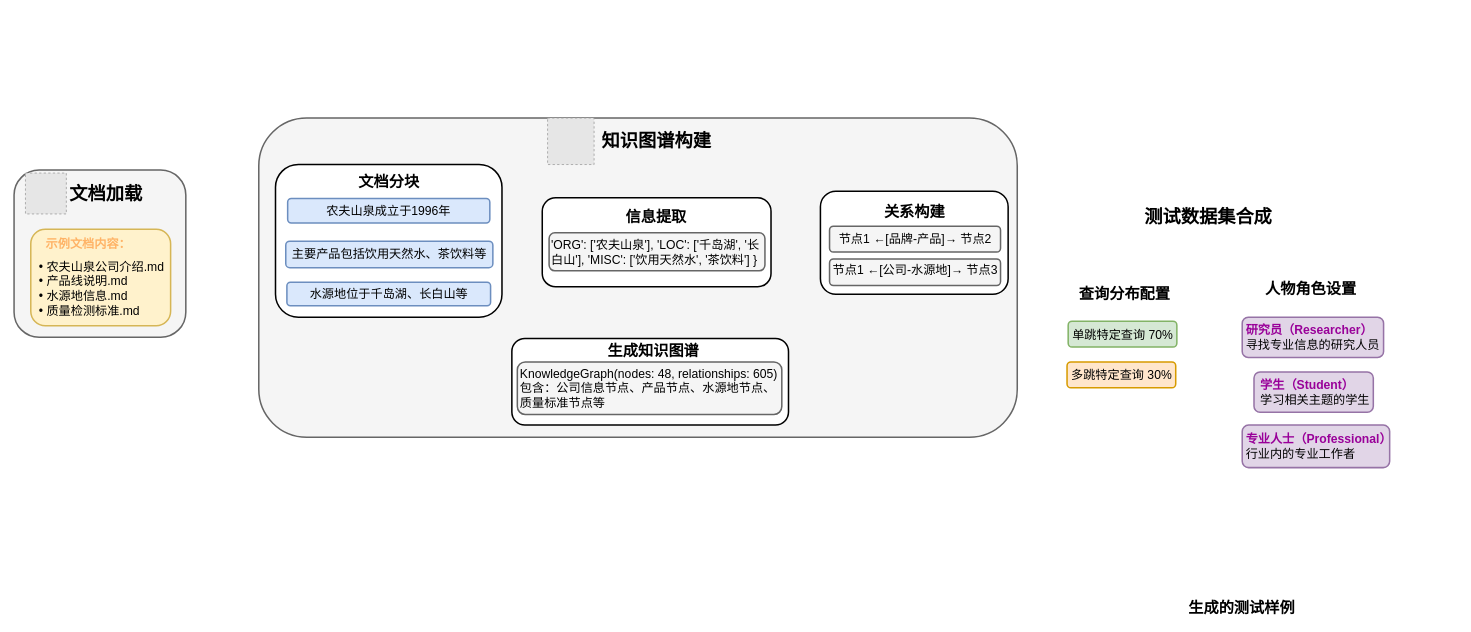
This is diagrams/ragas_testset_synthesis_process.drawio from real-jiakai/draw, a draw.io file, before an edit. Source tidied: cells renumbered, new cells numbered last; positions are measured from the earlier drawing's top-left corner, leaving out a move shared by most shapes. Both pictures are drawn from the tidied source at 76%, with x=0, y=0 at pixel (14, 118). Pictures stored in the file or linked from it are replaced by grey dashed boxes.
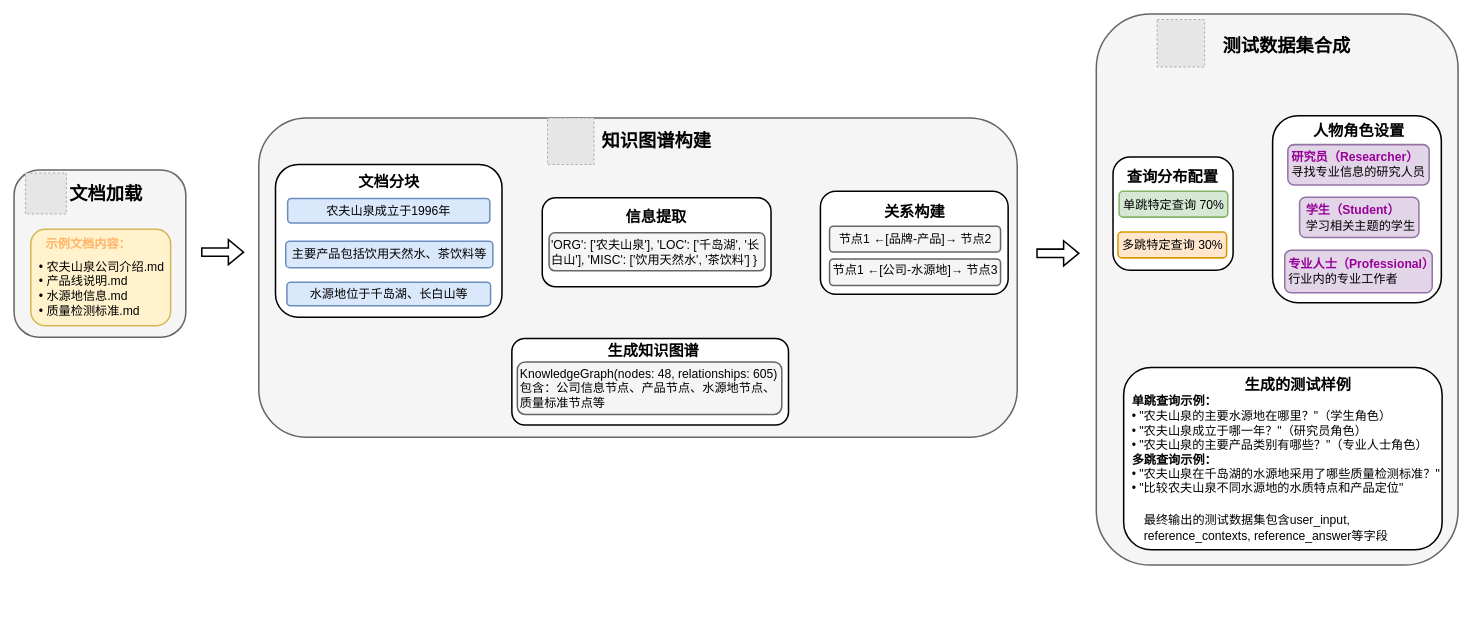
Above is the later version.

The edit, as a diff of the source:
```diff
@@
+    <mxCell id="47" style="rounded=1;whiteSpace=wrap;html=1;fillColor=#f5f5f5;fontColor=#333333;strokeColor=#666666;strokeWidth=2;" parent="1" vertex="1">
+      <mxGeometry x="1424" y="-137" width="476" height="725" as="geometry" />
+    </mxCell>
+    <mxCell id="48" style="rounded=1;whiteSpace=wrap;html=1;strokeWidth=2;" parent="1" vertex="1">
+      <mxGeometry x="1460" y="328" width="419" height="239.8" as="geometry" />
+    </mxCell>
+    <mxCell id="49" style="rounded=1;whiteSpace=wrap;html=1;strokeWidth=2;" parent="1" vertex="1">
+      <mxGeometry x="1656" y="-3.2" width="222" height="246" as="geometry" />
+    </mxCell>
+    <mxCell id="50" style="rounded=1;whiteSpace=wrap;html=1;strokeWidth=2;" parent="1" vertex="1">
+      <mxGeometry x="1446" y="51" width="158" height="149" as="geometry" />
+    </mxCell>
     <mxCell id="2" style="rounded=1;whiteSpace=wrap;html=1;fillColor=#e1d5e7;strokeColor=#9673a6;strokeWidth=2;" parent="1" vertex="1">
-      <mxGeometry x="1616" y="403.8" width="194" height="56" as="geometry" />
+      <mxGeometry x="1672" y="173.8" width="194" height="56" as="geometry" />
     </mxCell>
     <mxCell id="3" style="rounded=1;whiteSpace=wrap;html=1;fillColor=#e1d5e7;strokeColor=#9673a6;strokeWidth=2;" parent="1" vertex="1">
-      <mxGeometry x="1631.5" y="334" width="157" height="53" as="geometry" />
+      <mxGeometry x="1691.5" y="104" width="157" height="53" as="geometry" />
     </mxCell>
     <mxCell id="4" style="rounded=1;whiteSpace=wrap;html=1;fillColor=#e1d5e7;strokeColor=#9673a6;strokeWidth=2;" parent="1" vertex="1">
-      <mxGeometry x="1616" y="261.8" width="186" height="53" as="geometry" />
+      <mxGeometry x="1676" y="34.8" width="186" height="53" as="geometry" />
     </mxCell>
     <mxCell id="5" style="rounded=1;whiteSpace=wrap;html=1;fillColor=#ffe6cc;strokeColor=#d79b00;strokeWidth=2;" parent="1" vertex="1">
-      <mxGeometry x="1385.5" y="320.8" width="143" height="34" as="geometry" />
+      <mxGeometry x="1452.5" y="149.8" width="143" height="34" as="geometry" />
     </mxCell>
     <mxCell id="6" style="rounded=1;whiteSpace=wrap;html=1;fillColor=#d5e8d4;strokeColor=#82b366;strokeWidth=2;" parent="1" vertex="1">
-      <mxGeometry x="1387" y="267.2" width="143" height="34" as="geometry" />
+      <mxGeometry x="1454" y="96.2" width="143" height="34" as="geometry" />
     </mxCell>
@@
     <mxCell id="23" value="&lt;b style=&quot;&quot;&gt;&lt;font style=&quot;font-size: 24px;&quot;&gt;测试数据集合成&lt;/font&gt;&lt;/b&gt;" style="text;html=1;align=center;verticalAlign=middle;whiteSpace=wrap;rounded=0;" parent="1" vertex="1">
-      <mxGeometry x="1485.5" y="116.2" width="171" height="30" as="geometry" />
+      <mxGeometry x="1589" y="-109.9" width="171" height="30" as="geometry" />
     </mxCell>
@@
     <mxCell id="39" value="&lt;span style=&quot;font-size: 20px;&quot;&gt;&lt;b&gt;查询分布配置&lt;/b&gt;&lt;/span&gt;" style="text;html=1;align=center;verticalAlign=middle;whiteSpace=wrap;rounded=0;" parent="1" vertex="1">
-      <mxGeometry x="1383" y="216.2" width="157" height="30" as="geometry" />
+      <mxGeometry x="1461.8" y="60.8" width="124.5" height="30" as="geometry" />
     </mxCell>
     <mxCell id="40" value="&lt;span style=&quot;font-size: 20px;&quot;&gt;&lt;b&gt;人物角色设置&lt;/b&gt;&lt;/span&gt;" style="text;html=1;align=center;verticalAlign=middle;whiteSpace=wrap;rounded=0;" parent="1" vertex="1">
-      <mxGeometry x="1628" y="208.8" width="157" height="30" as="geometry" />
+      <mxGeometry x="1690.5" y="0.5" width="157" height="30" as="geometry" />
     </mxCell>
     <mxCell id="41" value="&lt;span style=&quot;font-size: 20px;&quot;&gt;&lt;b&gt;生成的测试样例&lt;/b&gt;&lt;/span&gt;" style="text;html=1;align=center;verticalAlign=middle;whiteSpace=wrap;rounded=0;" parent="1" vertex="1">
-      <mxGeometry x="1537" y="629" width="157" height="30" as="geometry" />
+      <mxGeometry x="1611" y="335" width="157" height="30" as="geometry" />
     </mxCell>
     <mxCell id="42" value="&lt;font style=&quot;font-size: 16px;&quot;&gt;单跳特定查询 70%&lt;/font&gt;" style="text;html=1;align=center;verticalAlign=middle;whiteSpace=wrap;rounded=0;" parent="1" vertex="1">
-      <mxGeometry x="1388.5" y="269.6" width="140" height="30.2" as="geometry" />
+      <mxGeometry x="1455.5" y="98.6" width="140" height="30.2" as="geometry" />
     </mxCell>
     <mxCell id="43" value="&lt;span style=&quot;font-size: 16px;&quot;&gt;多跳特定查询 30%&lt;/span&gt;" style="text;html=1;align=center;verticalAlign=middle;whiteSpace=wrap;rounded=0;" parent="1" vertex="1">
-      <mxGeometry x="1387.5" y="322.8" width="139" height="30" as="geometry" />
+      <mxGeometry x="1454.5" y="151.8" width="139" height="30" as="geometry" />
     </mxCell>
     <mxCell id="44" value="&lt;div&gt;&lt;font style=&quot;font-size: 16px; color: rgb(153, 0, 153);&quot;&gt;&lt;b&gt;研究员（Researcher）&lt;/b&gt;&lt;/font&gt;&lt;/div&gt;&lt;div&gt;&lt;font style=&quot;font-size: 16px;&quot;&gt;寻找专业信息的研究人员&lt;/font&gt;&lt;/div&gt;" style="text;html=1;align=left;verticalAlign=middle;whiteSpace=wrap;rounded=0;" parent="1" vertex="1">
-      <mxGeometry x="1619.2" y="273.2" width="181.5" height="30" as="geometry" />
+      <mxGeometry x="1679.2" y="46.2" width="181.5" height="30" as="geometry" />
     </mxCell>
     <mxCell id="45" value="&lt;div&gt;&lt;span style=&quot;font-size: 16px;&quot;&gt;&lt;font style=&quot;color: rgb(153, 0, 153);&quot;&gt;&lt;b&gt;学生（Student）&lt;/b&gt;&lt;/font&gt;&lt;/span&gt;&lt;/div&gt;&lt;div&gt;&lt;span style=&quot;font-size: 16px;&quot;&gt;学习相关主题的学生&lt;/span&gt;&lt;/div&gt;" style="text;html=1;align=left;verticalAlign=middle;whiteSpace=wrap;rounded=0;" parent="1" vertex="1">
-      <mxGeometry x="1637.5" y="345.5" width="150" height="30" as="geometry" />
+      <mxGeometry x="1697.5" y="115.5" width="150" height="30" as="geometry" />
     </mxCell>
     <mxCell id="46" value="&lt;div&gt;&lt;span style=&quot;font-size: 16px;&quot;&gt;&lt;b&gt;&lt;font style=&quot;color: rgb(153, 0, 153);&quot;&gt;专业人士（Professional）&lt;/font&gt;&lt;/b&gt;&lt;/span&gt;&lt;/div&gt;&lt;div&gt;&lt;span style=&quot;font-size: 16px;&quot;&gt;行业内的专业工作者&lt;/span&gt;&lt;/div&gt;" style="text;html=1;align=left;verticalAlign=middle;whiteSpace=wrap;rounded=0;" parent="1" vertex="1">
-      <mxGeometry x="1619" y="409.2" width="190" height="45" as="geometry" />
+      <mxGeometry x="1675" y="179.2" width="190" height="45" as="geometry" />
     </mxCell>
+    <mxCell id="51" value="&lt;div&gt;&lt;font style=&quot;font-size: 16px;&quot;&gt;&lt;b&gt;单跳查询示例：&lt;/b&gt;&lt;/font&gt;&lt;/div&gt;&lt;div&gt;&lt;font style=&quot;font-size: 16px;&quot;&gt;• &quot;农夫山泉的主要水源地在哪里？&quot;（学生角色）&lt;/font&gt;&lt;/div&gt;&lt;div&gt;&lt;font style=&quot;font-size: 16px;&quot;&gt;• &quot;农夫山泉成立于哪一年？&quot;（研究员角色）&lt;/font&gt;&lt;/div&gt;&lt;div&gt;&lt;font style=&quot;font-size: 16px;&quot;&gt;• &quot;农夫山泉的主要产品类别有哪些？&quot;（专业人士角色）&lt;/font&gt;&lt;/div&gt;&lt;div&gt;&lt;font style=&quot;font-size: 16px;&quot;&gt;&lt;b&gt;多跳查询示例：&lt;/b&gt;&lt;/font&gt;&lt;/div&gt;&lt;div&gt;&lt;font style=&quot;font-size: 16px;&quot;&gt;• &quot;农夫山泉在千岛湖的水源地采用了哪些质量检测标准？&quot;&lt;/font&gt;&lt;/div&gt;&lt;div&gt;&lt;font style=&quot;font-size: 16px;&quot;&gt;• &quot;比较农夫山泉不同水源地的水质特点和产品定位&quot;&lt;/font&gt;&lt;/div&gt;" style="text;html=1;align=left;verticalAlign=middle;whiteSpace=wrap;rounded=0;" parent="1" vertex="1">
+      <mxGeometry x="1469.2" y="359.8" width="410.5" height="141" as="geometry" />
+    </mxCell>
+    <mxCell id="52" style="fillColor=#E6E6E6;strokeColor=#999999;dashed=1;verticalLabelPosition=bottom;labelBackgroundColor=default;verticalAlign=top;" parent="1" vertex="1">
+      <mxGeometry x="1504" y="-129.8" width="62.5" height="62.5" as="geometry" />
+    </mxCell>
+    <mxCell id="53" value="&lt;font style=&quot;font-size: 16px;&quot;&gt;最终输出的测试数据集包含user_input, reference_contexts, reference_answer等字段&lt;/font&gt;" style="text;html=1;align=left;verticalAlign=middle;whiteSpace=wrap;rounded=0;" parent="1" vertex="1">
+      <mxGeometry x="1485" y="511.8" width="336" height="54" as="geometry" />
+    </mxCell>
+    <mxCell id="54" style="shape=flexArrow;endArrow=classic;html=1;rounded=0;strokeWidth=2;" parent="1" edge="1">
+      <mxGeometry relative="1" as="geometry">
+        <mxPoint x="246" y="176.3" as="sourcePoint" />
+        <mxPoint x="303" y="176.3" as="targetPoint" />
+      </mxGeometry>
+    </mxCell>
+    <mxCell id="55" style="shape=flexArrow;endArrow=classic;html=1;rounded=0;strokeWidth=2;" parent="1" edge="1">
+      <mxGeometry relative="1" as="geometry">
+        <mxPoint x="1345" y="177.8" as="sourcePoint" />
+        <mxPoint x="1402" y="177.8" as="targetPoint" />
+      </mxGeometry>
+    </mxCell>
```
